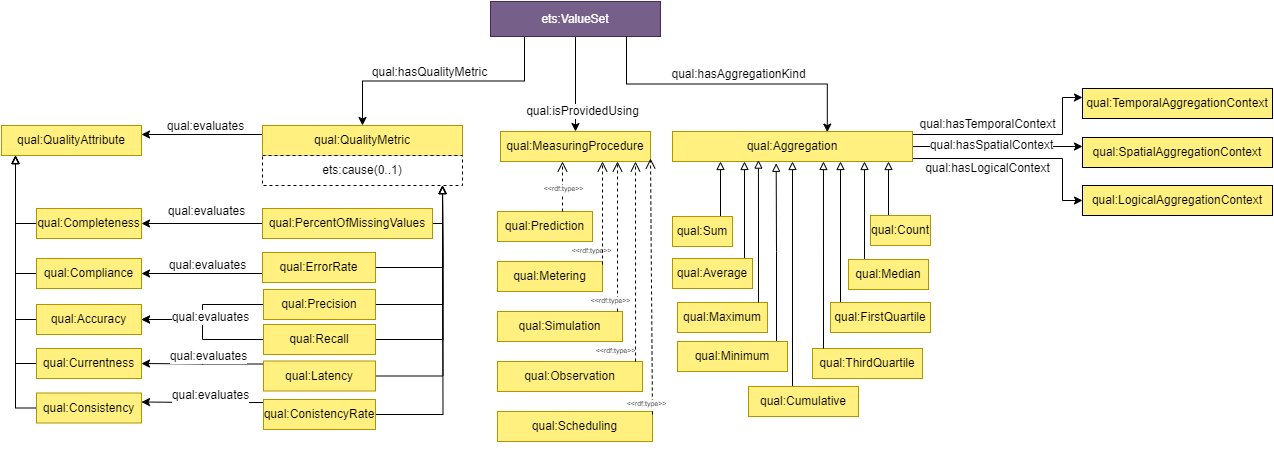
The draw.io diagram QualityOntology/Quality.png in LinaNachabe/Omega-X, before a commit. Source tidied: cells renumbered, new cells last; positions are measured from the earlier drawing's top-left corner, leaving out a move shared by most shapes.
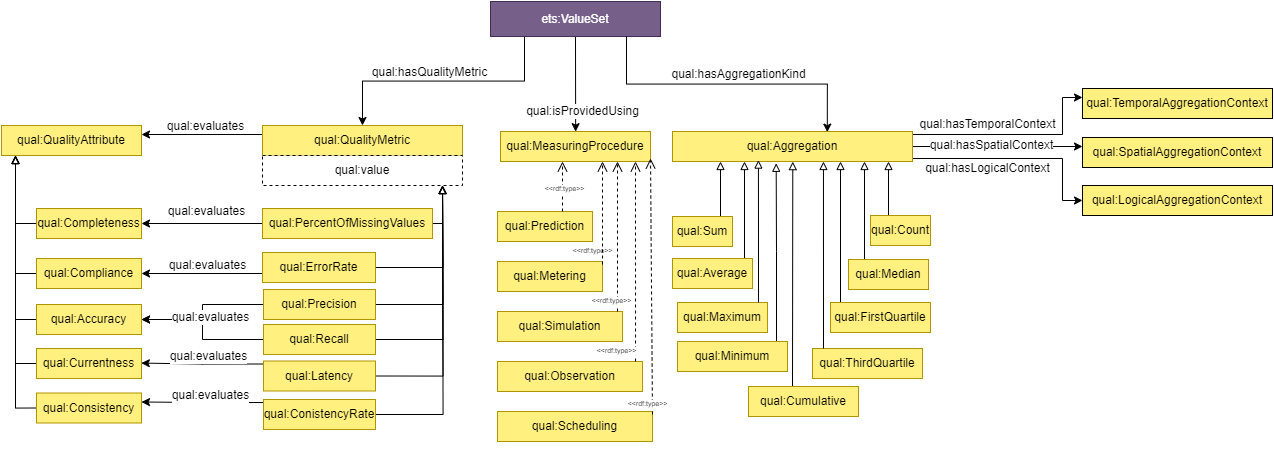
The same diagram one commit later.

The edit, as a diff of the source:
```diff
@@ -335,7 +335,7 @@
         <mxPoint x="289" y="49" as="offset" />
       </mxGeometry>
     </mxCell>
-    <mxCell id="91" value="ets:cause(0..1)" style="rounded=0;whiteSpace=wrap;html=1;dashed=1;" parent="1" vertex="1">
+    <mxCell id="91" value="qual:value" style="rounded=0;whiteSpace=wrap;html=1;dashed=1;" parent="1" vertex="1">
       <mxGeometry x="261" y="154" width="200" height="30" as="geometry" />
     </mxCell>
   </root>
```
